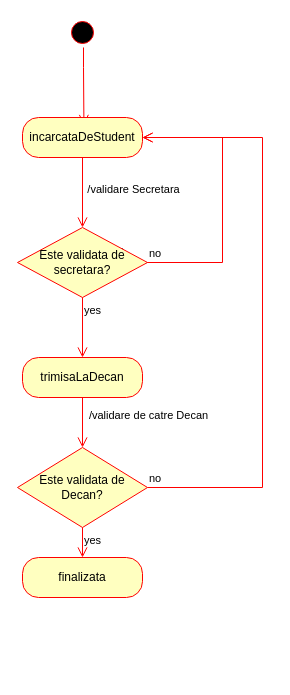
Above: diag_Balas/diagrama_de_stare.drawio in a-bratosin/ISP-Gestionare-Adeverinte (draw.io), before the change. Source tidied: cells renumbered, new cells numbered last; positions are measured from the earlier drawing's top-left corner, leaving out a move shared by most shapes. Both pictures are drawn from the tidied source at 100%, with x=0, y=0 at pixel (17, 17).
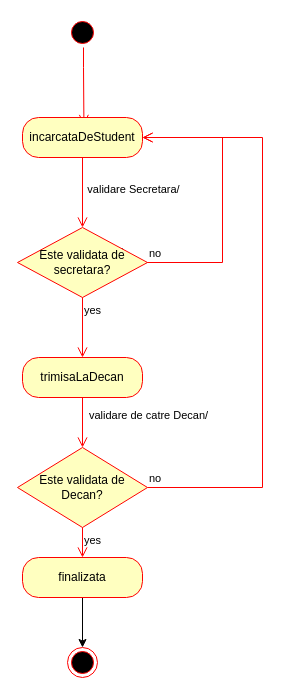
After the change.

Unchanged cells that the change refers to:
```xml
<mxCell id="5" style="edgeStyle=orthogonalEdgeStyle;html=1;verticalAlign=bottom;endArrow=open;endSize=8;strokeColor=#ff0000;rounded=0;entryX=0.5;entryY=0;entryDx=0;entryDy=0;" parent="1" edge="1" source="4" target="8">
  <mxGeometry relative="1" as="geometry" />
</mxCell>
<mxCell id="12" style="edgeStyle=orthogonalEdgeStyle;html=1;verticalAlign=bottom;endArrow=open;endSize=8;strokeColor=#ff0000;rounded=0;entryX=0.5;entryY=0;entryDx=0;entryDy=0;" parent="1" edge="1" source="11" target="14">
  <mxGeometry relative="1" as="geometry" />
</mxCell>
<mxCell id="17" value="finalizata" style="rounded=1;whiteSpace=wrap;html=1;arcSize=40;fontColor=#000000;fillColor=#ffffc0;strokeColor=#ff0000;" parent="1" vertex="1">
  <mxGeometry x="5" y="540" width="120" height="40" as="geometry" />
</mxCell>
```

Diff of the diagram source:
```diff
@@
-    <mxCell id="6" value="/validare Secretara" style="edgeLabel;html=1;align=center;verticalAlign=middle;" parent="5" vertex="1">
+    <mxCell id="6" value="validare Secretara/" style="edgeLabel;html=1;align=center;verticalAlign=middle;" parent="5" vertex="1">
       <mxGeometry x="-0.12" y="-2" relative="1" as="geometry">
         <mxPoint x="52" as="offset" />
       </mxGeometry>
     </mxCell>
@@
-    <mxCell id="13" value="/validare de catre Decan" style="edgeLabel;html=1;align=center;verticalAlign=middle;" parent="12" vertex="1">
+    <mxCell id="13" value="validare de catre Decan/" style="edgeLabel;html=1;align=center;verticalAlign=middle;" parent="12" vertex="1">
       <mxGeometry x="-0.33" y="-2" relative="1" as="geometry">
         <mxPoint x="67" as="offset" />
       </mxGeometry>
     </mxCell>
@@
+    <mxCell id="18" style="edgeStyle=orthogonalEdgeStyle;rounded=0;jettySize=auto;html=1;entryX=0.5;entryY=0;entryDx=0;entryDy=0;" parent="1" edge="1" source="17" target="19">
+      <mxGeometry relative="1" as="geometry" />
+    </mxCell>
@@
+    <mxCell id="19" style="ellipse;html=1;shape=endState;fillColor=#000000;strokeColor=#ff0000;" parent="1" vertex="1">
+      <mxGeometry x="50" y="630" width="30" height="30" as="geometry" />
+    </mxCell>
```
